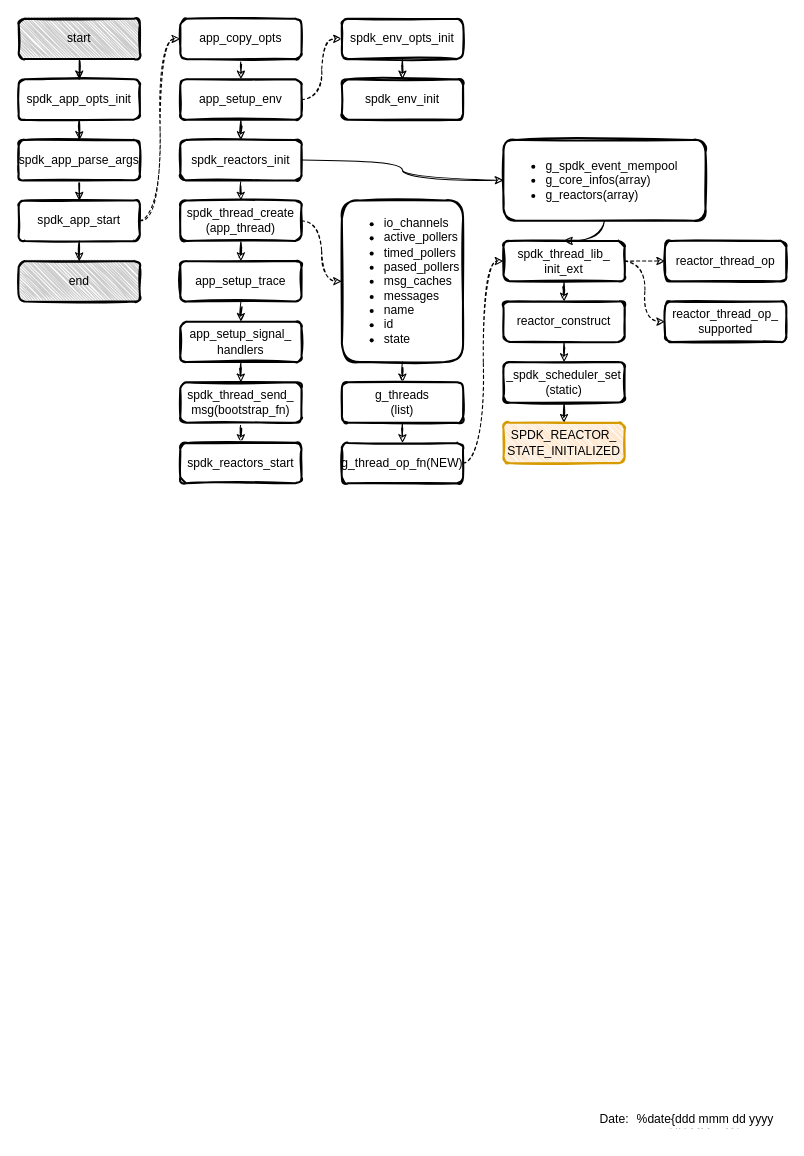
Earlier version of the draw.io diagram page "spdk_app" (1 of 5) of ceph/spdk.drawio (EarthWind/deeparch). Source tidied: cells renumbered, new cells numbered last; positions are measured from the earlier drawing's top-left corner, leaving out a move shared by most shapes. Both pictures are drawn from the tidied source at 101%, with x=0, y=0 at pixel (18, 18).
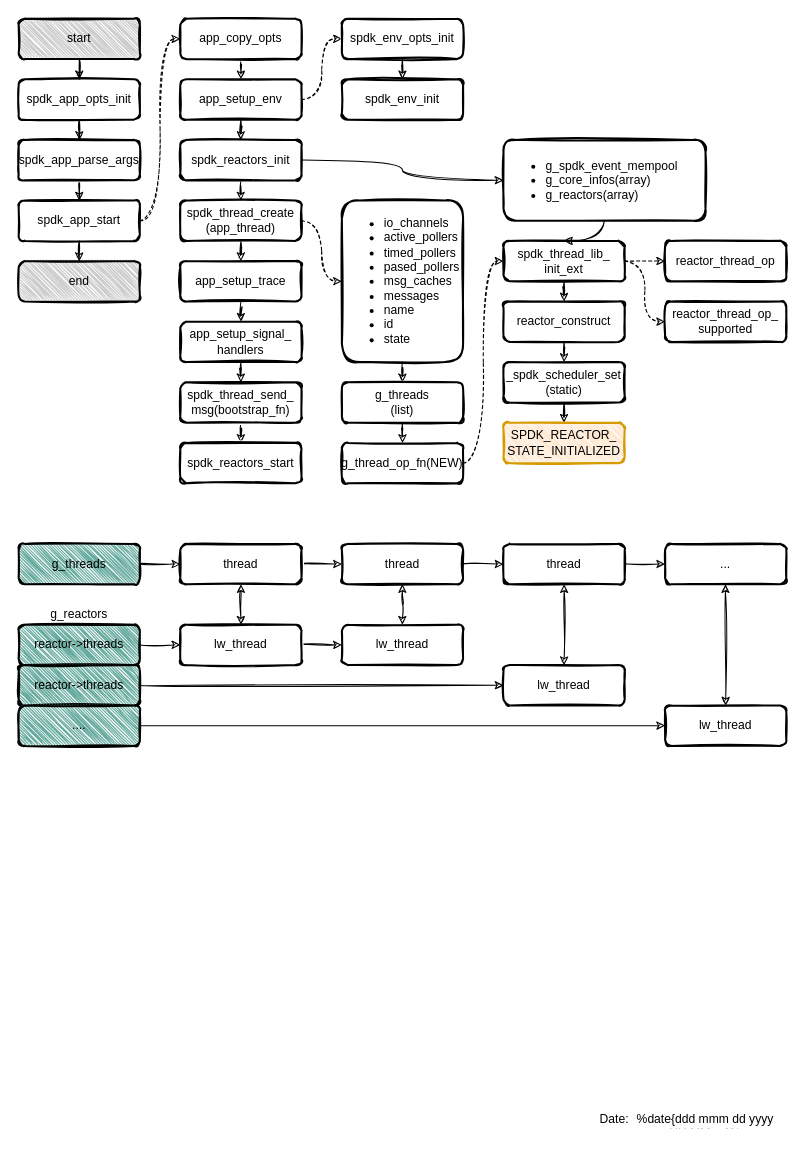
The same diagram, later.

Change to the diagram source:
```diff
@@
+    <mxCell id="56" style="edgeStyle=orthogonalEdgeStyle;curved=1;rounded=0;sketch=1;jettySize=auto;html=1;" parent="1" edge="1" source="57" target="60">
+      <mxGeometry relative="1" as="geometry" />
+    </mxCell>
+    <mxCell id="57" value="g_threads" style="rounded=1;whiteSpace=wrap;html=1;strokeWidth=2;fillWeight=1;hachureGap=2;hachureAngle=45;sketch=1;fillColor=#67AB9F;" parent="1" vertex="1">
+      <mxGeometry y="520" width="120" height="40" as="geometry" />
+    </mxCell>
+    <mxCell id="58" style="edgeStyle=orthogonalEdgeStyle;curved=1;rounded=0;sketch=1;jettySize=auto;html=1;" parent="1" edge="1" source="60" target="62">
+      <mxGeometry relative="1" as="geometry" />
+    </mxCell>
+    <mxCell id="59" style="edgeStyle=orthogonalEdgeStyle;curved=1;rounded=0;sketch=1;jettySize=auto;html=1;startArrow=classic;startFill=1;" parent="1" edge="1" source="60" target="74">
+      <mxGeometry relative="1" as="geometry" />
+    </mxCell>
+    <mxCell id="60" value="thread" style="rounded=1;whiteSpace=wrap;html=1;strokeWidth=2;fillWeight=4;hachureGap=8;hachureAngle=45;sketch=1;fillColor=#FFFFFF;" parent="1" vertex="1">
+      <mxGeometry x="160" y="520" width="120" height="40" as="geometry" />
+    </mxCell>
+    <mxCell id="61" style="edgeStyle=orthogonalEdgeStyle;curved=1;rounded=0;sketch=1;jettySize=auto;html=1;" parent="1" edge="1" source="62" target="64">
+      <mxGeometry relative="1" as="geometry" />
+    </mxCell>
+    <mxCell id="62" value="thread" style="rounded=1;whiteSpace=wrap;html=1;strokeWidth=2;fillWeight=4;hachureGap=8;hachureAngle=45;sketch=1;fillColor=#FFFFFF;" parent="1" vertex="1">
+      <mxGeometry x="320" y="520" width="120" height="40" as="geometry" />
+    </mxCell>
+    <mxCell id="63" style="edgeStyle=orthogonalEdgeStyle;curved=1;rounded=0;sketch=1;jettySize=auto;html=1;" parent="1" edge="1" source="64" target="65">
+      <mxGeometry relative="1" as="geometry" />
+    </mxCell>
+    <mxCell id="64" value="thread" style="rounded=1;whiteSpace=wrap;html=1;strokeWidth=2;fillWeight=4;hachureGap=8;hachureAngle=45;sketch=1;fillColor=#FFFFFF;" parent="1" vertex="1">
+      <mxGeometry x="480" y="520" width="120" height="40" as="geometry" />
+    </mxCell>
+    <mxCell id="65" value="..." style="rounded=1;whiteSpace=wrap;html=1;strokeWidth=2;fillWeight=4;hachureGap=8;hachureAngle=45;sketch=1;fillColor=#FFFFFF;" parent="1" vertex="1">
+      <mxGeometry x="640" y="520" width="120" height="40" as="geometry" />
+    </mxCell>
+    <mxCell id="66" style="edgeStyle=orthogonalEdgeStyle;curved=1;rounded=0;sketch=1;jettySize=auto;html=1;" parent="1" edge="1" source="67" target="74">
+      <mxGeometry relative="1" as="geometry" />
+    </mxCell>
+    <mxCell id="67" value="reactor-&amp;gt;threads" style="rounded=1;whiteSpace=wrap;html=1;strokeWidth=2;fillWeight=1;hachureGap=2;hachureAngle=45;sketch=1;fillColor=#67AB9F;" parent="1" vertex="1">
+      <mxGeometry y="600" width="120" height="40" as="geometry" />
+    </mxCell>
+    <mxCell id="68" value="g_reactors" style="text;html=1;strokeColor=none;fillColor=none;align=center;verticalAlign=middle;whiteSpace=wrap;overflow=hidden;shadow=0;sketch=1;fillWeight=1;hachureGap=2;jiggle=1;" parent="1" vertex="1">
+      <mxGeometry y="580" width="120" height="20" as="geometry" />
+    </mxCell>
+    <mxCell id="69" style="edgeStyle=orthogonalEdgeStyle;curved=1;rounded=0;sketch=1;jettySize=auto;html=1;entryX=0;entryY=0.5;entryDx=0;entryDy=0;startArrow=none;startFill=0;" parent="1" edge="1" source="70" target="77">
+      <mxGeometry relative="1" as="geometry" />
+    </mxCell>
+    <mxCell id="70" value="reactor-&amp;gt;threads" style="rounded=1;whiteSpace=wrap;html=1;strokeWidth=2;fillWeight=1;hachureGap=2;hachureAngle=45;sketch=1;fillColor=#67AB9F;" parent="1" vertex="1">
+      <mxGeometry y="640" width="120" height="40" as="geometry" />
+    </mxCell>
+    <mxCell id="71" style="edgeStyle=orthogonalEdgeStyle;curved=1;rounded=0;sketch=1;jettySize=auto;html=1;entryX=0;entryY=0.5;entryDx=0;entryDy=0;startArrow=none;startFill=0;strokeColor=#000000;" parent="1" edge="1" source="72" target="79">
+      <mxGeometry relative="1" as="geometry" />
+    </mxCell>
+    <mxCell id="72" value="...." style="rounded=1;whiteSpace=wrap;html=1;strokeWidth=2;fillWeight=1;hachureGap=2;hachureAngle=45;sketch=1;fillColor=#67AB9F;" parent="1" vertex="1">
+      <mxGeometry y="680" width="120" height="40" as="geometry" />
+    </mxCell>
+    <mxCell id="73" style="edgeStyle=orthogonalEdgeStyle;curved=1;rounded=0;sketch=1;jettySize=auto;html=1;" parent="1" edge="1" source="74" target="75">
+      <mxGeometry relative="1" as="geometry" />
+    </mxCell>
+    <mxCell id="74" value="lw_thread" style="rounded=1;whiteSpace=wrap;html=1;strokeWidth=2;fillWeight=4;hachureGap=8;hachureAngle=45;sketch=1;fillColor=#FFFFFF;" parent="1" vertex="1">
+      <mxGeometry x="160" y="600" width="120" height="40" as="geometry" />
+    </mxCell>
+    <mxCell id="75" value="lw_thread" style="rounded=1;whiteSpace=wrap;html=1;strokeWidth=2;fillWeight=4;hachureGap=8;hachureAngle=45;sketch=1;fillColor=#FFFFFF;" parent="1" vertex="1">
+      <mxGeometry x="320" y="600" width="120" height="40" as="geometry" />
+    </mxCell>
+    <mxCell id="76" style="edgeStyle=orthogonalEdgeStyle;curved=1;rounded=0;sketch=1;orthogonalLoop=1;jettySize=auto;html=1;startArrow=classic;startFill=1;" parent="1" edge="1">
+      <mxGeometry relative="1" as="geometry">
+        <mxPoint x="379.7" y="560" as="sourcePoint" />
+        <mxPoint x="379.7" y="600" as="targetPoint" />
+      </mxGeometry>
+    </mxCell>
+    <mxCell id="77" value="lw_thread" style="rounded=1;whiteSpace=wrap;html=1;strokeWidth=2;fillWeight=4;hachureGap=8;hachureAngle=45;sketch=1;fillColor=#FFFFFF;" parent="1" vertex="1">
+      <mxGeometry x="480" y="640" width="120" height="40" as="geometry" />
+    </mxCell>
+    <mxCell id="78" style="edgeStyle=orthogonalEdgeStyle;curved=1;rounded=0;sketch=1;jettySize=auto;html=1;startArrow=classic;startFill=1;entryX=0.5;entryY=0;entryDx=0;entryDy=0;" parent="1" edge="1" target="77">
+      <mxGeometry relative="1" as="geometry">
+        <mxPoint x="540" y="560" as="sourcePoint" />
+      </mxGeometry>
+    </mxCell>
+    <mxCell id="79" value="lw_thread" style="rounded=1;whiteSpace=wrap;html=1;strokeWidth=2;fillWeight=4;hachureGap=8;hachureAngle=45;sketch=1;fillColor=#FFFFFF;" parent="1" vertex="1">
+      <mxGeometry x="640" y="680" width="120" height="40" as="geometry" />
+    </mxCell>
+    <mxCell id="80" style="edgeStyle=orthogonalEdgeStyle;curved=1;rounded=0;sketch=1;jettySize=auto;html=1;startArrow=classic;startFill=1;" parent="1" edge="1" target="79">
+      <mxGeometry relative="1" as="geometry">
+        <mxPoint x="699.7" y="560" as="sourcePoint" />
+      </mxGeometry>
+    </mxCell>
```
